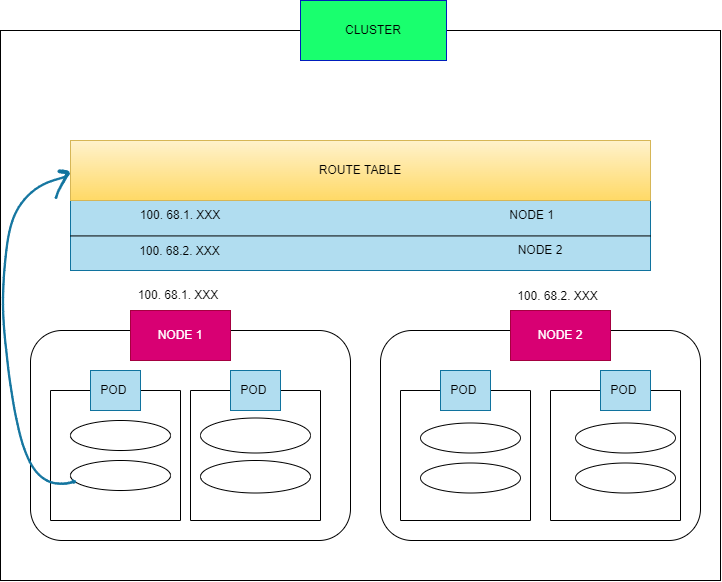
dikshita-git/RP_Study-on-Ingress-and-its-security-IPv4-IPv6- keeps this draw.io diagram as Page_images/P2p _different_node.png. Above is the earlier version. Source tidied: cells renumbered, new cells last; positions are measured from the earlier drawing's top-left corner, leaving out a move shared by most shapes.
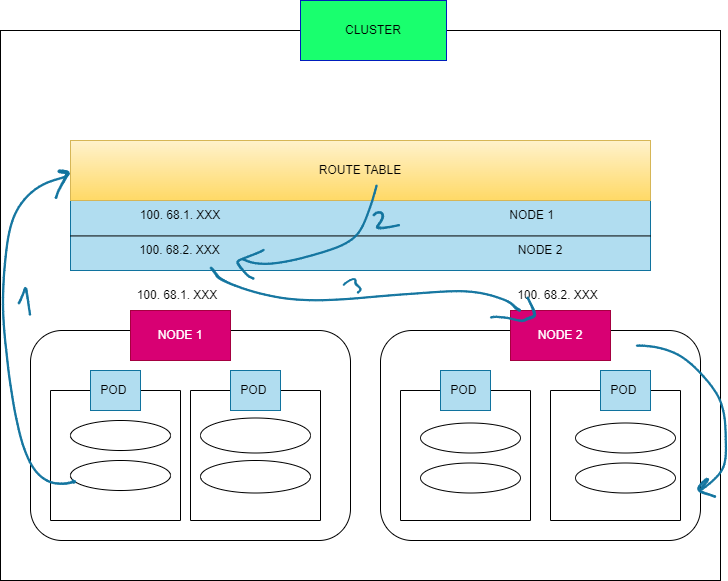
After the commit.

What changed in the source:
```diff
@@ -110,5 +110,29 @@
     <mxCell id="35" style="shape=(stored shape, 2496 characters);lineShape=1;rounded=1;fontFamily=Helvetica;fontSize=12;fontColor=default;strokeColor=#10739e;fillColor=#b1ddf0;html=1;" parent="1" vertex="1">
       <mxGeometry x="1.9" y="169.5" width="73.4" height="314.4" as="geometry" />
     </mxCell>
+    <mxCell id="36" style="shape=(stored shape, 1500 characters);lineShape=1;rounded=1;fontFamily=Helvetica;fontSize=12;fontColor=default;strokeColor=#10739e;fillColor=#b1ddf0;html=1;" parent="1" vertex="1">
+      <mxGeometry x="242.2" y="184.5" width="134.5" height="79.4" as="geometry" />
+    </mxCell>
+    <mxCell id="37" style="shape=(stored shape, 1024 characters);lineShape=1;rounded=1;fontFamily=Helvetica;fontSize=12;fontColor=default;strokeColor=#10739e;fillColor=#b1ddf0;html=1;" parent="1" vertex="1">
+      <mxGeometry x="236.4" y="248.8" width="27.4" height="29.9" as="geometry" />
+    </mxCell>
+    <mxCell id="38" style="shape=(stored shape, 2056 characters);lineShape=1;rounded=1;fontFamily=Helvetica;fontSize=12;fontColor=default;strokeColor=#10739e;fillColor=#b1ddf0;html=1;" parent="1" vertex="1">
+      <mxGeometry x="209.7" y="266.6" width="310.4" height="44.2" as="geometry" />
+    </mxCell>
+    <mxCell id="39" style="shape=(stored shape, 1164 characters);lineShape=1;rounded=1;fontFamily=Helvetica;fontSize=12;fontColor=default;strokeColor=#10739e;fillColor=#b1ddf0;html=1;" parent="1" vertex="1">
+      <mxGeometry x="489.9" y="296.6" width="45.2" height="24.5" as="geometry" />
+    </mxCell>
+    <mxCell id="40" style="shape=(stored shape, 2228 characters);lineShape=1;rounded=1;fontFamily=Helvetica;fontSize=12;fontColor=default;strokeColor=#10739e;fillColor=#b1ddf0;html=1;" parent="1" vertex="1">
+      <mxGeometry x="635.8" y="344.5" width="90.2" height="152.4" as="geometry" />
+    </mxCell>
+    <mxCell id="41" style="shape=(stored shape, 940 characters);lineShape=1;rounded=1;fontFamily=Helvetica;fontSize=12;fontColor=default;strokeColor=#10739e;fillColor=#b1ddf0;html=1;" parent="1" vertex="1">
+      <mxGeometry x="17.6" y="286.9" width="12.5" height="27.7" as="geometry" />
+    </mxCell>
+    <mxCell id="42" style="shape=(stored shape, 992 characters);lineShape=1;rounded=1;fontFamily=Helvetica;fontSize=12;fontColor=default;strokeColor=#10739e;fillColor=#b1ddf0;html=1;" parent="1" vertex="1">
+      <mxGeometry x="372.4" y="211.2" width="26.6" height="17.2" as="geometry" />
+    </mxCell>
+    <mxCell id="43" style="shape=(stored shape, 1040 characters);lineShape=1;rounded=1;fontFamily=Helvetica;fontSize=12;fontColor=default;strokeColor=#10739e;fillColor=#b1ddf0;html=1;" parent="1" vertex="1">
+      <mxGeometry x="342.6" y="278.2" width="17.9" height="14.4" as="geometry" />
+    </mxCell>
   </root>
 </mxGraphModel>
```
